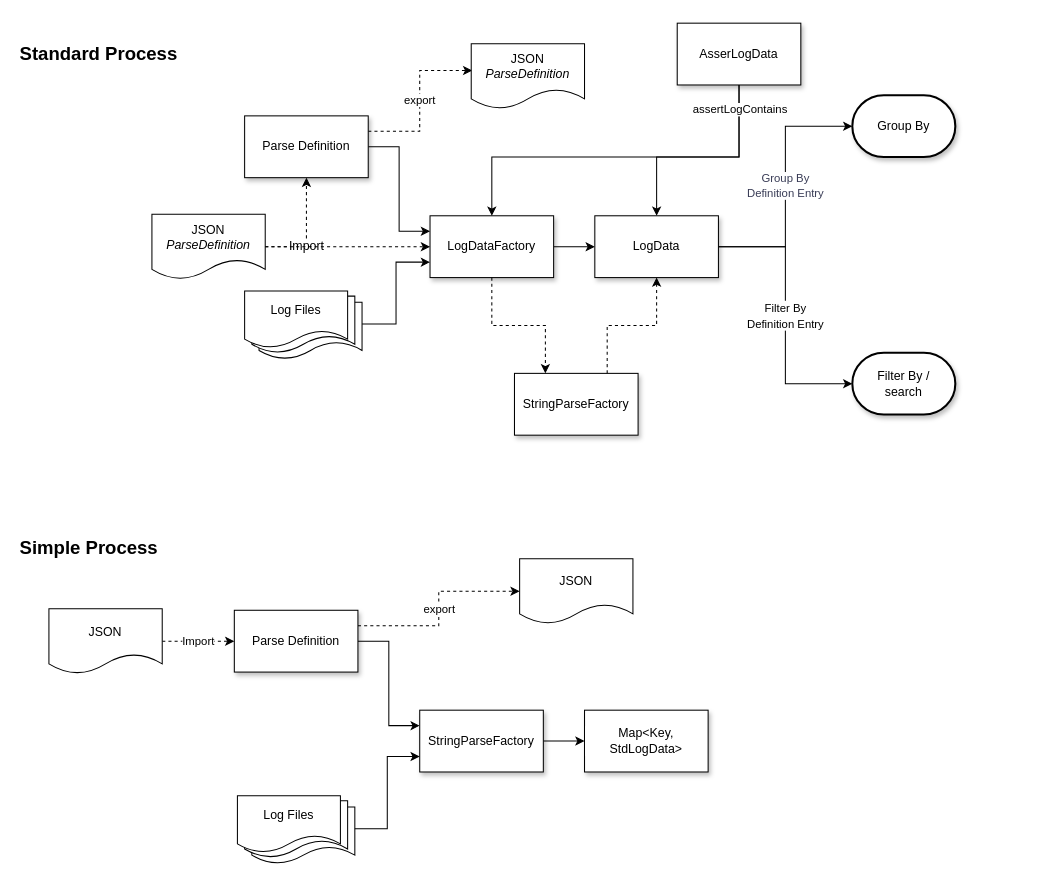
The draw.io diagram page "Processes" (2 of 3) of diagrams/Log_Parser.drawio in adobe/log-parser, before the edit. Source tidied: cells renumbered, new cells numbered last; positions are measured from the earlier drawing's top-left corner, leaving out a move shared by most shapes. Both pictures are drawn from the tidied source at 103%, with x=0, y=0 at pixel (18, 23).
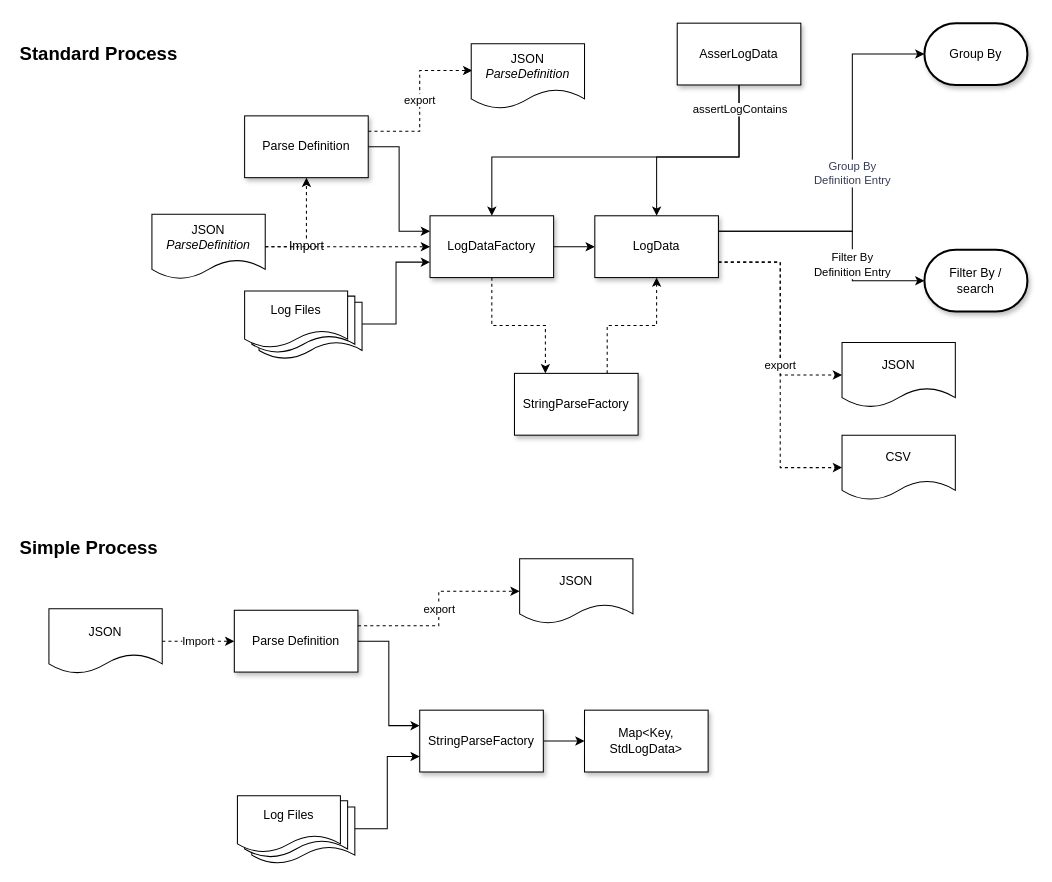
After the change.

Unchanged cells that the change refers to:
```xml
<mxCell id="11" value="LogData" style="rounded=0;whiteSpace=wrap;html=1;shadow=1;labelBackgroundColor=#FFFFFF;" parent="1" vertex="1">
  <mxGeometry x="560" y="187" width="120" height="60" as="geometry" />
</mxCell>
```

Change to the diagram source:
```diff
@@
-    <mxCell id="7" value="Group By &lt;br&gt;Definition Entry" style="edgeStyle=orthogonalEdgeStyle;rounded=0;jettySize=auto;html=1;exitX=1;exitY=0.5;exitDx=0;exitDy=0;entryX=0;entryY=0.5;entryDx=0;entryDy=0;entryPerimeter=0;fontColor=#393C56;labelBackgroundColor=#FFFFFF;" parent="1" edge="1" source="11" target="9">
-      <mxGeometry relative="1" as="geometry" />
+    <mxCell id="7" value="Group By &lt;br&gt;Definition Entry" style="edgeStyle=orthogonalEdgeStyle;rounded=0;jettySize=auto;html=1;exitX=1;exitY=0.25;exitDx=0;exitDy=0;entryX=0;entryY=0.5;entryDx=0;entryDy=0;entryPerimeter=0;fontColor=#393C56;labelBackgroundColor=#FFFFFF;" parent="1" edge="1" source="11" target="9">
+      <mxGeometry relative="1" as="geometry">
+        <Array as="points">
+          <mxPoint x="810" y="202" />
+          <mxPoint x="810" y="30" />
+        </Array>
+      </mxGeometry>
     </mxCell>
@@
     <mxCell id="9" value="Group By" style="strokeWidth=2;html=1;shape=mxgraph.flowchart.terminator;whiteSpace=wrap;shadow=1;labelBackgroundColor=#FFFFFF;" parent="1" vertex="1">
-      <mxGeometry x="810" y="70" width="100" height="60" as="geometry" />
+      <mxGeometry x="880" width="100" height="60" as="geometry" />
     </mxCell>
-    <mxCell id="10" value="&lt;font style=&quot;font-size: 11px&quot;&gt;Filter By &lt;br&gt;Definition Entry&lt;/font&gt;" style="edgeStyle=orthogonalEdgeStyle;rounded=0;jettySize=auto;html=1;exitX=1;exitY=0.5;exitDx=0;exitDy=0;entryX=0;entryY=0.5;entryDx=0;entryDy=0;entryPerimeter=0;labelBackgroundColor=#FFFFFF;strokeColor=#000000;fontSize=12;" parent="1" edge="1" source="11" target="38">
-      <mxGeometry relative="1" as="geometry" />
+    <mxCell id="10" value="&lt;font style=&quot;font-size: 11px&quot;&gt;Filter By &lt;br&gt;Definition Entry&lt;/font&gt;" style="edgeStyle=orthogonalEdgeStyle;rounded=0;jettySize=auto;html=1;exitX=1;exitY=0.25;exitDx=0;exitDy=0;entryX=0;entryY=0.5;entryDx=0;entryDy=0;entryPerimeter=0;labelBackgroundColor=#FFFFFF;strokeColor=#000000;fontSize=12;" parent="1" edge="1" source="11" target="38">
+      <mxGeometry x="0.31" relative="1" as="geometry">
+        <Array as="points">
+          <mxPoint x="810" y="202" />
+          <mxPoint x="810" y="250" />
+        </Array>
+      </mxGeometry>
     </mxCell>
+    <mxCell id="46" style="edgeStyle=orthogonalEdgeStyle;rounded=0;jettySize=auto;html=1;exitX=1;exitY=0.75;exitDx=0;exitDy=0;entryX=0;entryY=0.5;entryDx=0;entryDy=0;dashed=1;" parent="1" edge="1" source="11" target="48">
+      <mxGeometry relative="1" as="geometry" />
+    </mxCell>
+    <mxCell id="47" value="export" style="edgeStyle=orthogonalEdgeStyle;rounded=0;jettySize=auto;html=1;exitX=1;exitY=0.75;exitDx=0;exitDy=0;entryX=0;entryY=0.5;entryDx=0;entryDy=0;dashed=1;" parent="1" edge="1" source="11" target="49">
+      <mxGeometry relative="1" as="geometry" />
+    </mxCell>
@@
     <mxCell id="38" value="Filter By /&lt;br&gt;search" style="strokeWidth=2;html=1;shape=mxgraph.flowchart.terminator;whiteSpace=wrap;shadow=1;labelBackgroundColor=#FFFFFF;" parent="1" vertex="1">
-      <mxGeometry x="810" y="320" width="100" height="60" as="geometry" />
+      <mxGeometry x="880" y="220" width="100" height="60" as="geometry" />
     </mxCell>
@@
+    <mxCell id="48" value="JSON" style="shape=document;whiteSpace=wrap;html=1;boundedLbl=1;labelBackgroundColor=#FFFFFF;strokeColor=#000000;fillColor=#FFFFFF;fontSize=12;align=center;" parent="1" vertex="1">
+      <mxGeometry x="800" y="310" width="110" height="63" as="geometry" />
+    </mxCell>
+    <mxCell id="49" value="CSV" style="shape=document;whiteSpace=wrap;html=1;boundedLbl=1;labelBackgroundColor=#FFFFFF;strokeColor=#000000;fillColor=#FFFFFF;fontSize=12;align=center;" parent="1" vertex="1">
+      <mxGeometry x="800" y="400" width="110" height="63" as="geometry" />
+    </mxCell>
```
